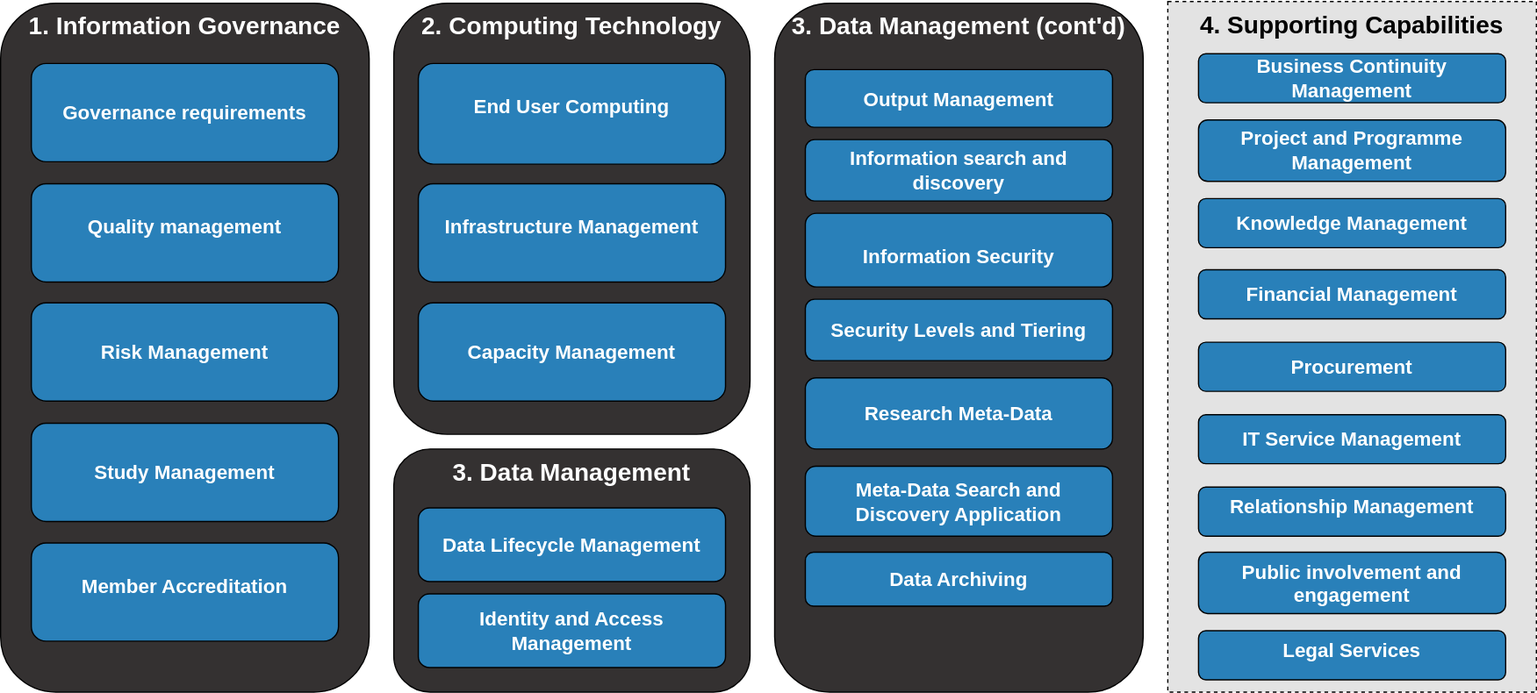
Before: docs/images/Capability_Map/full.drawio.svg, a diagram exported from draw.io (sa-tre/satre-specification). Source tidied: cells renumbered, new cells last; positions are measured from the earlier drawing's top-left corner, leaving out a move shared by most shapes.
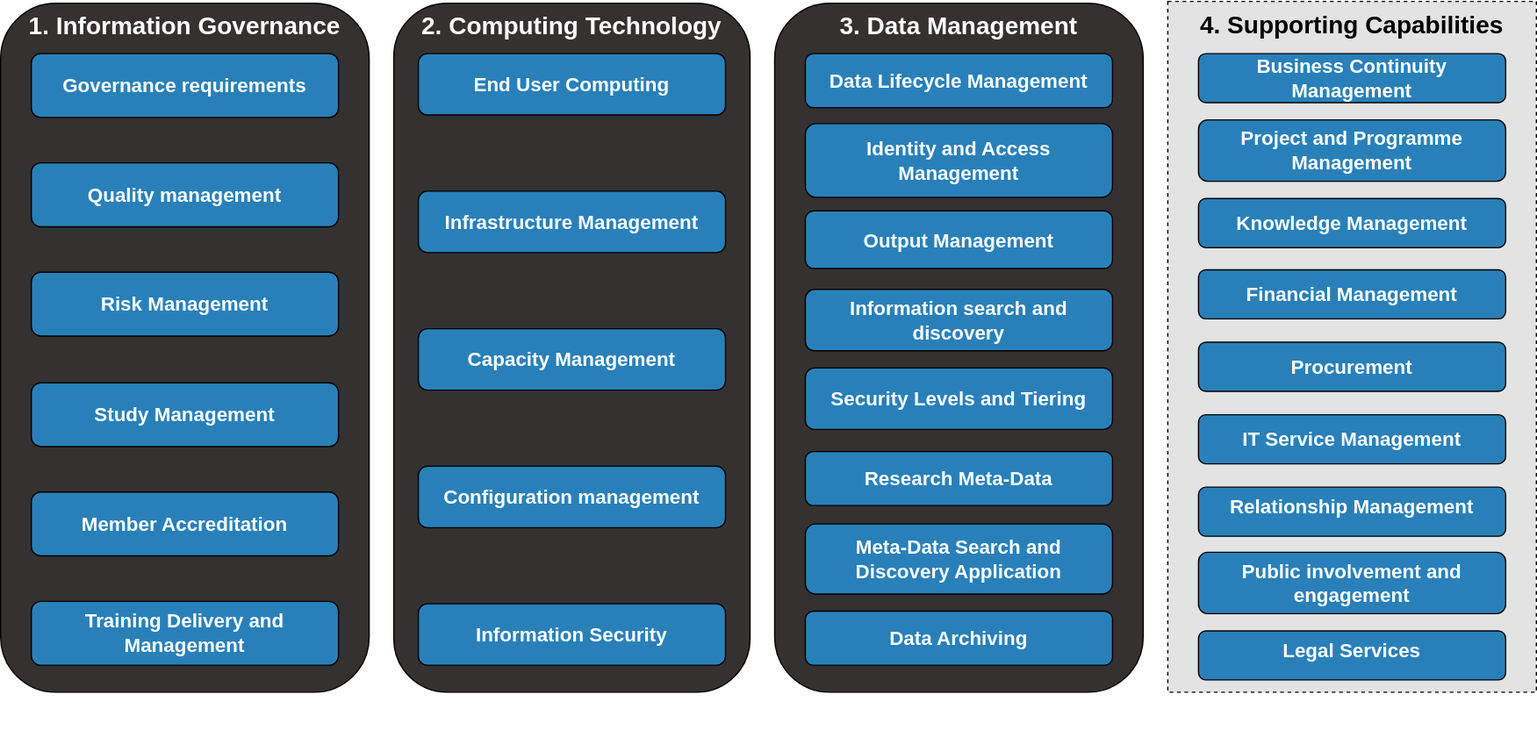
The same file after the commit.

Commit message:
Update Capability_Map/full.drawio.svg

Change to the diagram source:
```diff
@@ -2,53 +2,29 @@
   <root>
     <mxCell id="0" />
     <mxCell id="1" parent="0" />
-    <mxCell id="2" value="&lt;font color=&quot;#ffffff&quot; style=&quot;font-size: 20px;&quot;&gt;3. Data Management&lt;/font&gt;" style="rounded=1;whiteSpace=wrap;html=1;fillColor=#343131;strokeColor=#000000;verticalAlign=top;fontSize=20;fontStyle=1;" parent="1" vertex="1">
-      <mxGeometry x="320" y="364" width="290" height="198" as="geometry" />
-    </mxCell>
     <mxCell id="3" value="&lt;font color=&quot;#ffffff&quot; style=&quot;font-size: 20px;&quot;&gt;2. Computing Technology&lt;/font&gt;" style="rounded=1;whiteSpace=wrap;html=1;fillColor=#343131;strokeColor=#000000;verticalAlign=top;fontSize=20;fontStyle=1;" parent="1" vertex="1">
-      <mxGeometry x="320" y="1" width="290" height="351" as="geometry" />
+      <mxGeometry x="320" y="1" width="290" height="561" as="geometry" />
     </mxCell>
     <mxCell id="4" value="&lt;font color=&quot;#ffffff&quot; style=&quot;font-size: 20px;&quot;&gt;1. Information Governance&lt;/font&gt;" style="rounded=1;whiteSpace=wrap;html=1;fillColor=#343131;strokeColor=#000000;verticalAlign=top;fontSize=20;fontStyle=1;" parent="1" vertex="1">
       <mxGeometry y="1" width="300" height="561" as="geometry" />
     </mxCell>
-    <mxCell id="5" value="&lt;font color=&quot;#ffffff&quot; style=&quot;font-size: 20px;&quot;&gt;3. Data Management (cont'd)&lt;/font&gt;" style="rounded=1;whiteSpace=wrap;html=1;fillColor=#343131;strokeColor=#000000;verticalAlign=top;fontSize=20;fontStyle=1;gradientColor=none;" parent="1" vertex="1">
+    <mxCell id="5" value="&lt;font color=&quot;#ffffff&quot; style=&quot;font-size: 20px;&quot;&gt;3. Data Management&lt;br&gt;&lt;/font&gt;" style="rounded=1;whiteSpace=wrap;html=1;fillColor=#343131;strokeColor=#000000;verticalAlign=top;fontSize=20;fontStyle=1;gradientColor=none;" parent="1" vertex="1">
       <mxGeometry x="630" y="1" width="300" height="561" as="geometry" />
     </mxCell>
-    <mxCell id="6" value="&lt;div&gt;&lt;font style=&quot;font-size: 16px;&quot;&gt;&lt;br&gt;&lt;/font&gt;&lt;/div&gt;&lt;div&gt;&lt;font style=&quot;font-size: 16px;&quot;&gt;Member Accreditation&lt;/font&gt;&lt;/div&gt;" style="rounded=1;whiteSpace=wrap;html=1;fillColor=#2980B9;strokeColor=#000000;verticalAlign=top;fontSize=16;fontStyle=1;fontColor=#FFFFFF;" parent="1" vertex="1">
-      <mxGeometry x="25" y="440.5" width="250" height="80" as="geometry" />
-    </mxCell>
-    <mxCell id="7" value="&lt;font style=&quot;font-size: 16px;&quot;&gt;Risk Management&lt;/font&gt;" style="rounded=1;whiteSpace=wrap;html=1;fillColor=#2980B9;strokeColor=#000000;fontSize=16;fontStyle=1;fontColor=#FFFFFF;" parent="1" vertex="1">
-      <mxGeometry x="25" y="245" width="250" height="80" as="geometry" />
-    </mxCell>
-    <mxCell id="8" value="&lt;div&gt;&lt;font style=&quot;font-size: 16px;&quot;&gt;&lt;br&gt;&lt;/font&gt;&lt;/div&gt;&lt;div&gt;&lt;font style=&quot;font-size: 16px;&quot;&gt;Infrastructure Management&amp;nbsp;&lt;/font&gt;&lt;/div&gt;" style="rounded=1;whiteSpace=wrap;html=1;fillColor=#2980B9;strokeColor=#000000;verticalAlign=top;fontSize=16;fontStyle=1;fontColor=#FFFFFF;" parent="1" vertex="1">
-      <mxGeometry x="340" y="148" width="250" height="80" as="geometry" />
-    </mxCell>
-    <mxCell id="9" value="&lt;font style=&quot;font-size: 16px;&quot;&gt;Capacity Management&lt;/font&gt;" style="rounded=1;whiteSpace=wrap;html=1;fillColor=#2980B9;strokeColor=#000000;fontSize=16;fontStyle=1;fontColor=#FFFFFF;" parent="1" vertex="1">
-      <mxGeometry x="340" y="245" width="250" height="80" as="geometry" />
+    <mxCell id="9" value="&lt;font style=&quot;font-size: 16px;&quot;&gt;Capacity Management&lt;/font&gt;" style="rounded=1;whiteSpace=wrap;html=1;fillColor=#2980B9;strokeColor=#000000;fontSize=16;fontStyle=1;fontColor=#FFFFFF;spacingTop=0;" parent="1" vertex="1">
+      <mxGeometry x="340" y="266" width="250" height="50" as="geometry" />
     </mxCell>
-    <mxCell id="10" value="&lt;div style=&quot;&quot;&gt;&lt;span style=&quot;background-color: initial;&quot;&gt;&lt;br&gt;&lt;/span&gt;&lt;/div&gt;&lt;div style=&quot;&quot;&gt;&lt;span style=&quot;background-color: initial;&quot;&gt;End User Computing&lt;/span&gt;&lt;/div&gt;" style="rounded=1;whiteSpace=wrap;html=1;fillColor=#2980B9;strokeColor=#000000;fontSize=16;fontStyle=1;verticalAlign=top;fontColor=#FFFFFF;align=center;" parent="1" vertex="1">
-      <mxGeometry x="340" y="50" width="250" height="82" as="geometry" />
-    </mxCell>
     <mxCell id="11" value="&lt;font style=&quot;font-size: 16px;&quot;&gt;Output Management&lt;/font&gt;" style="rounded=1;whiteSpace=wrap;html=1;fillColor=#2980B9;strokeColor=#000000;fontSize=16;fontStyle=1;fontColor=#FFFFFF;" parent="1" vertex="1">
-      <mxGeometry x="655" y="55" width="250" height="47" as="geometry" />
+      <mxGeometry x="655" y="170" width="250" height="47" as="geometry" />
     </mxCell>
     <mxCell id="12" value="&lt;font style=&quot;font-size: 16px;&quot;&gt;Identity and Access Management&lt;/font&gt;" style="rounded=1;whiteSpace=wrap;html=1;fillColor=#2980B9;strokeColor=#000000;fontSize=16;fontStyle=1;fontColor=#FFFFFF;" parent="1" vertex="1">
-      <mxGeometry x="340" y="482" width="250" height="60" as="geometry" />
+      <mxGeometry x="655" y="99" width="250" height="60" as="geometry" />
     </mxCell>
-    <mxCell id="13" value="&lt;font style=&quot;font-size: 16px;&quot;&gt;Data Lifecycle Management&lt;/font&gt;" style="rounded=1;whiteSpace=wrap;html=1;fillColor=#2980B9;strokeColor=#000000;fontSize=16;fontStyle=1;fontColor=#FFFFFF;" parent="1" vertex="1">
-      <mxGeometry x="340" y="412" width="250" height="60" as="geometry" />
-    </mxCell>
-    <mxCell id="14" value="&lt;span style=&quot;background-color: initial;&quot;&gt;&lt;br&gt;Information Security&lt;/span&gt;" style="rounded=1;whiteSpace=wrap;html=1;fillColor=#2980B9;strokeColor=#000000;verticalAlign=top;fontSize=16;fontStyle=1;fontColor=#FFFFFF;" parent="1" vertex="1">
-      <mxGeometry x="655" y="172" width="250" height="60" as="geometry" />
-    </mxCell>
     <mxCell id="15" value="Governance requirements" style="rounded=1;whiteSpace=wrap;html=1;fillColor=#2980B9;strokeColor=#000000;fontSize=16;fontStyle=1;fontColor=#FFFFFF;" parent="1" vertex="1">
-      <mxGeometry x="25" y="50" width="250" height="80" as="geometry" />
+      <mxGeometry x="25" y="42" width="250" height="52" as="geometry" />
     </mxCell>
-    <mxCell id="16" value="&lt;div&gt;&lt;font style=&quot;font-size: 16px;&quot;&gt;&lt;br&gt;&lt;/font&gt;&lt;/div&gt;&lt;div&gt;&lt;font style=&quot;font-size: 16px;&quot;&gt;Quality management&lt;/font&gt;&lt;/div&gt;" style="rounded=1;whiteSpace=wrap;html=1;fillColor=#2980B9;strokeColor=#000000;verticalAlign=top;fontSize=16;fontStyle=1;fontColor=#FFFFFF;" parent="1" vertex="1">
-      <mxGeometry x="25" y="148" width="250" height="80" as="geometry" />
-    </mxCell>
     <mxCell id="17" value="&lt;font style=&quot;font-size: 16px;&quot;&gt;Information search and discovery&lt;/font&gt;" style="rounded=1;whiteSpace=wrap;html=1;fillColor=#2980B9;strokeColor=#000000;fontSize=16;fontStyle=1;fontColor=#FFFFFF;" parent="1" vertex="1">
-      <mxGeometry x="655" y="112" width="250" height="50" as="geometry" />
+      <mxGeometry x="655" y="234" width="250" height="50" as="geometry" />
     </mxCell>
     <mxCell id="18" value="&lt;font style=&quot;font-size: 20px;&quot;&gt;4. Supporting Capabilities&lt;/font&gt;" style="rounded=0;whiteSpace=wrap;html=1;verticalAlign=top;dashed=1;fontSize=20;fontStyle=1;fillColor=#E3E3E3;strokeColor=#000000;" parent="1" vertex="1">
       <mxGeometry x="950" y="-0.5" width="300" height="562.5" as="geometry" />
@@ -78,25 +54,61 @@
       <mxGeometry x="975" y="160" width="250" height="40" as="geometry" />
     </mxCell>
     <mxCell id="27" value="&lt;font style=&quot;font-size: 16px;&quot;&gt;Security Levels and Tiering&lt;/font&gt;" style="rounded=1;whiteSpace=wrap;html=1;fillColor=#2980B9;strokeColor=#000000;fontSize=16;fontStyle=1;fontColor=#FFFFFF;" parent="1" vertex="1">
-      <mxGeometry x="655" y="242" width="250" height="50" as="geometry" />
+      <mxGeometry x="655" y="298" width="250" height="50" as="geometry" />
     </mxCell>
-    <mxCell id="28" style="edgeStyle=orthogonalEdgeStyle;rounded=0;orthogonalLoop=1;jettySize=auto;html=1;exitX=0.5;exitY=1;exitDx=0;exitDy=0;" parent="1" edge="1" source="16" target="16">
-      <mxGeometry relative="1" as="geometry" />
+    <mxCell id="28" style="edgeStyle=orthogonalEdgeStyle;rounded=0;orthogonalLoop=1;jettySize=auto;html=1;exitX=0.5;exitY=1;exitDx=0;exitDy=0;" parent="1" edge="1">
+      <mxGeometry relative="1" as="geometry">
+        <mxPoint x="485" y="466" as="sourcePoint" />
+        <mxPoint x="485" y="466" as="targetPoint" />
+      </mxGeometry>
     </mxCell>
-    <mxCell id="29" value="Study Management" style="rounded=1;whiteSpace=wrap;html=1;fillColor=#2980B9;strokeColor=#000000;fontSize=16;fontStyle=1;fontColor=#FFFFFF;" parent="1" vertex="1">
-      <mxGeometry x="25" y="343" width="250" height="80" as="geometry" />
-    </mxCell>
     <mxCell id="30" value="&lt;div&gt;Public involvement and engagement&lt;/div&gt;" style="rounded=1;whiteSpace=wrap;html=1;fillColor=#2980B9;strokeColor=#000000;verticalAlign=top;fontSize=16;fontStyle=1;fontColor=#FFFFFF;" parent="1" vertex="1">
       <mxGeometry x="975" y="448" width="250" height="50" as="geometry" />
     </mxCell>
-    <mxCell id="31" value="&lt;font style=&quot;font-size: 16px;&quot;&gt;Research Meta-Data&lt;/font&gt;" style="rounded=1;whiteSpace=wrap;html=1;fillColor=#2980B9;strokeColor=#000000;fontSize=16;fontStyle=1;fontColor=#FFFFFF;" parent="1" vertex="1">
-      <mxGeometry x="655" y="306" width="250" height="58" as="geometry" />
-    </mxCell>
     <mxCell id="32" value="&lt;font style=&quot;font-size: 16px;&quot;&gt;Meta-Data Search and Discovery Application&lt;/font&gt;" style="rounded=1;whiteSpace=wrap;html=1;fillColor=#2980B9;strokeColor=#000000;fontSize=16;fontStyle=1;fontColor=#FFFFFF;" parent="1" vertex="1">
-      <mxGeometry x="655" y="378" width="250" height="57" as="geometry" />
+      <mxGeometry x="655" y="425" width="250" height="57" as="geometry" />
     </mxCell>
     <mxCell id="33" value="&lt;font style=&quot;font-size: 16px;&quot;&gt;Data Archiving&lt;/font&gt;" style="rounded=1;whiteSpace=wrap;html=1;fillColor=#2980B9;strokeColor=#000000;fontSize=16;fontStyle=1;fontColor=#FFFFFF;" parent="1" vertex="1">
-      <mxGeometry x="655" y="448" width="250" height="44" as="geometry" />
+      <mxGeometry x="655" y="496" width="250" height="44" as="geometry" />
     </mxCell>
+    <mxCell id="34" style="edgeStyle=orthogonalEdgeStyle;rounded=0;orthogonalLoop=1;jettySize=auto;html=1;exitX=0.5;exitY=1;exitDx=0;exitDy=0;" parent="1" edge="1">
+      <mxGeometry relative="1" as="geometry">
+        <mxPoint x="425" y="602" as="sourcePoint" />
+        <mxPoint x="425" y="602" as="targetPoint" />
+      </mxGeometry>
+    </mxCell>
+    <mxCell id="14" value="Information Security" style="rounded=1;whiteSpace=wrap;html=1;fillColor=#2980B9;strokeColor=#000000;fontSize=16;fontStyle=1;fontColor=#FFFFFF;spacingTop=0;" parent="1" vertex="1">
+      <mxGeometry x="340" y="490" width="250" height="50" as="geometry" />
+    </mxCell>
+    <mxCell id="8" value="&lt;div&gt;&lt;font style=&quot;font-size: 16px;&quot;&gt;Infrastructure Management &lt;br&gt;&lt;/font&gt;&lt;/div&gt;" style="rounded=1;whiteSpace=wrap;html=1;fillColor=#2980B9;strokeColor=#000000;fontSize=16;fontStyle=1;fontColor=#FFFFFF;spacingTop=0;" parent="1" vertex="1">
+      <mxGeometry x="340" y="154" width="250" height="50" as="geometry" />
+    </mxCell>
+    <mxCell id="10" value="&lt;div style=&quot;&quot;&gt;End User Computing&lt;/div&gt;" style="rounded=1;whiteSpace=wrap;html=1;fillColor=#2980B9;strokeColor=#000000;fontSize=16;fontStyle=1;fontColor=#FFFFFF;spacingTop=0;" parent="1" vertex="1">
+      <mxGeometry x="340" y="42" width="250" height="50" as="geometry" />
+    </mxCell>
+    <mxCell id="13" value="&lt;font style=&quot;font-size: 16px;&quot;&gt;Data Lifecycle Management&lt;/font&gt;" style="rounded=1;whiteSpace=wrap;html=1;fillColor=#2980B9;strokeColor=#000000;fontSize=16;fontStyle=1;fontColor=#FFFFFF;" parent="1" vertex="1">
+      <mxGeometry x="655" y="42" width="250" height="44" as="geometry" />
+    </mxCell>
+    <mxCell id="16" value="&lt;div&gt;&lt;font style=&quot;font-size: 16px;&quot;&gt;Quality management&lt;/font&gt;&lt;/div&gt;" style="rounded=1;whiteSpace=wrap;html=1;fillColor=#2980B9;strokeColor=#000000;fontSize=16;fontStyle=1;fontColor=#FFFFFF;" parent="1" vertex="1">
+      <mxGeometry x="25" y="131" width="250" height="52" as="geometry" />
+    </mxCell>
+    <mxCell id="7" value="&lt;div&gt;&lt;font style=&quot;font-size: 16px;&quot;&gt;Risk Management&lt;/font&gt;&lt;/div&gt;" style="rounded=1;whiteSpace=wrap;html=1;fillColor=#2980B9;strokeColor=#000000;fontSize=16;fontStyle=1;fontColor=#FFFFFF;" parent="1" vertex="1">
+      <mxGeometry x="25" y="220" width="250" height="52" as="geometry" />
+    </mxCell>
+    <mxCell id="29" value="&lt;div&gt;Study Management&lt;/div&gt;" style="rounded=1;whiteSpace=wrap;html=1;fillColor=#2980B9;strokeColor=#000000;fontSize=16;fontStyle=1;fontColor=#FFFFFF;" parent="1" vertex="1">
+      <mxGeometry x="25" y="310" width="250" height="52" as="geometry" />
+    </mxCell>
+    <mxCell id="6" value="&lt;div&gt;&lt;div&gt;&lt;font style=&quot;font-size: 16px;&quot;&gt;Member Accreditation&lt;/font&gt;&lt;/div&gt;&lt;/div&gt;" style="rounded=1;whiteSpace=wrap;html=1;fillColor=#2980B9;strokeColor=#000000;fontSize=16;fontStyle=1;fontColor=#FFFFFF;" parent="1" vertex="1">
+      <mxGeometry x="25" y="399" width="250" height="52" as="geometry" />
+    </mxCell>
+    <mxCell id="35" value="&lt;div&gt;&lt;div&gt;Training Delivery and Management&lt;/div&gt;&lt;/div&gt;" style="rounded=1;whiteSpace=wrap;html=1;fillColor=#2980B9;strokeColor=#000000;fontSize=16;fontStyle=1;fontColor=#FFFFFF;" parent="1" vertex="1">
+      <mxGeometry x="25" y="488" width="250" height="52" as="geometry" />
+    </mxCell>
+    <mxCell id="36" value="Configuration management" style="rounded=1;whiteSpace=wrap;html=1;fillColor=#2980B9;strokeColor=#000000;fontSize=16;fontStyle=1;fontColor=#FFFFFF;spacingTop=0;" parent="1" vertex="1">
+      <mxGeometry x="340" y="378" width="250" height="50" as="geometry" />
+    </mxCell>
+    <mxCell id="31" value="&lt;font style=&quot;font-size: 16px;&quot;&gt;Research Meta-Data&lt;/font&gt;" style="rounded=1;whiteSpace=wrap;html=1;fillColor=#2980B9;strokeColor=#000000;fontSize=16;fontStyle=1;fontColor=#FFFFFF;" parent="1" vertex="1">
+      <mxGeometry x="655" y="366" width="250" height="44" as="geometry" />
+    </mxCell>
   </root>
 </mxGraphModel>
```
